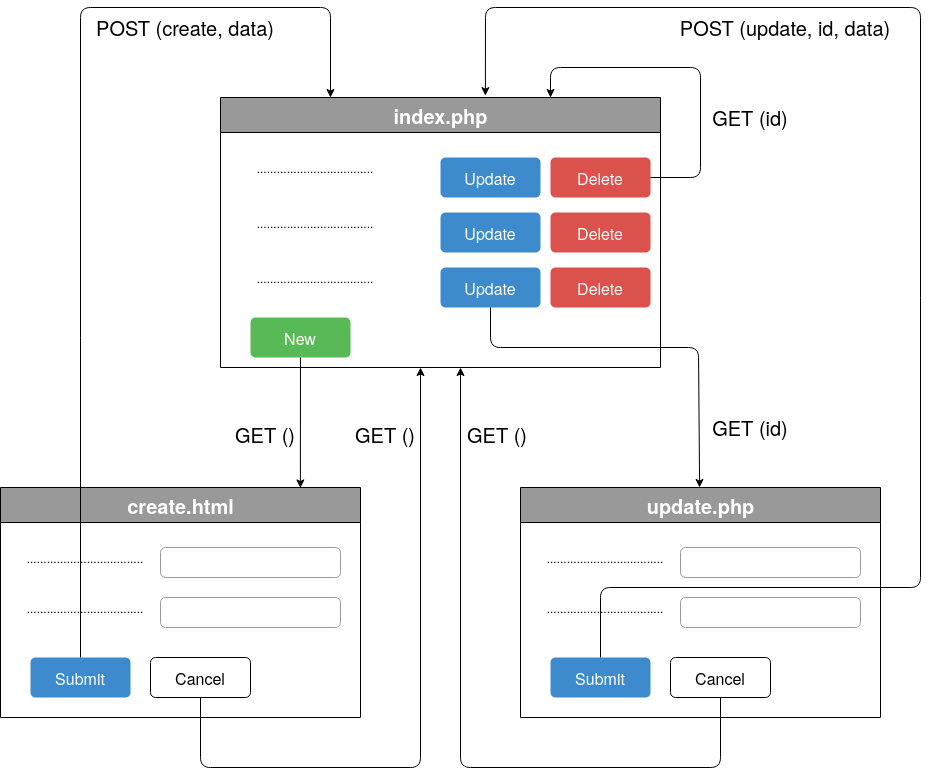
The draw.io diagram phpsimplecrud.png in meisterk/phpsimplecrud, before a commit. Source tidied: cells renumbered, new cells last; positions are measured from the earlier drawing's top-left corner, leaving out a move shared by most shapes. Source of this version:
```xml
<mxGraphModel background="#ffffff">
  <root>
    <mxCell id="0" style="html=1;" />
    <mxCell id="1" style="html=1;" parent="0" />
    <mxCell id="2" value="&lt;font style=&quot;font-size: 20px&quot; color=&quot;#FFFFFF&quot;&gt;index.php&lt;/font&gt;" style="swimlane;html=1;startSize=35;horizontal=1;containerType=tree;newEdgeStyle={&quot;edgeStyle&quot;:&quot;elbowEdgeStyle&quot;,&quot;startArrow&quot;:&quot;none&quot;,&quot;endArrow&quot;:&quot;none&quot;};fillColor=#999999;" parent="1" vertex="1">
      <mxGeometry x="220" y="90" width="440" height="270" as="geometry" />
    </mxCell>
    <mxCell id="3" value="New" style="html=1;shadow=0;dashed=0;shape=mxgraph.bootstrap.rrect;align=center;rSize=5;strokeColor=none;fillColor=#58B957;fontColor=#ffffff;fontSize=16;whiteSpace=wrap;rounded=0;" parent="2" vertex="1">
      <mxGeometry x="30" y="220" width="100" height="40" as="geometry" />
    </mxCell>
    <mxCell id="4" value="Update" style="html=1;shadow=0;dashed=0;shape=mxgraph.bootstrap.rrect;align=center;rSize=5;strokeColor=none;fillColor=#3D8BCD;fontColor=#ffffff;fontSize=16;whiteSpace=wrap;rounded=0;" parent="2" vertex="1">
      <mxGeometry x="220" y="60" width="100" height="40" as="geometry" />
    </mxCell>
    <mxCell id="5" value="Delete" style="html=1;shadow=0;dashed=0;shape=mxgraph.bootstrap.rrect;align=center;rSize=5;strokeColor=none;fillColor=#DB524C;fontColor=#ffffff;fontSize=16;whiteSpace=wrap;rounded=0;" parent="2" vertex="1">
      <mxGeometry x="330" y="60" width="100" height="40" as="geometry" />
    </mxCell>
    <mxCell id="6" value="Update" style="html=1;shadow=0;dashed=0;shape=mxgraph.bootstrap.rrect;align=center;rSize=5;strokeColor=none;fillColor=#3D8BCD;fontColor=#ffffff;fontSize=16;whiteSpace=wrap;rounded=0;" parent="2" vertex="1">
      <mxGeometry x="220" y="115" width="100" height="40" as="geometry" />
    </mxCell>
    <mxCell id="7" value="Delete" style="html=1;shadow=0;dashed=0;shape=mxgraph.bootstrap.rrect;align=center;rSize=5;strokeColor=none;fillColor=#DB524C;fontColor=#ffffff;fontSize=16;whiteSpace=wrap;rounded=0;" parent="2" vertex="1">
      <mxGeometry x="330" y="115" width="100" height="40" as="geometry" />
    </mxCell>
    <mxCell id="8" value="Update" style="html=1;shadow=0;dashed=0;shape=mxgraph.bootstrap.rrect;align=center;rSize=5;strokeColor=none;fillColor=#3D8BCD;fontColor=#ffffff;fontSize=16;whiteSpace=wrap;rounded=0;" parent="2" vertex="1">
      <mxGeometry x="220" y="170" width="100" height="40" as="geometry" />
    </mxCell>
    <mxCell id="9" value="Delete" style="html=1;shadow=0;dashed=0;shape=mxgraph.bootstrap.rrect;align=center;rSize=5;strokeColor=none;fillColor=#DB524C;fontColor=#ffffff;fontSize=16;whiteSpace=wrap;rounded=0;" parent="2" vertex="1">
      <mxGeometry x="330" y="170" width="100" height="40" as="geometry" />
    </mxCell>
    <mxCell id="10" value="&lt;div&gt;...................................&lt;/div&gt;" style="text;html=1;strokeColor=none;fillColor=none;align=center;verticalAlign=middle;whiteSpace=wrap;rounded=0;" parent="2" vertex="1">
      <mxGeometry x="30" y="60" width="130" height="20" as="geometry" />
    </mxCell>
    <mxCell id="11" value="&lt;div&gt;...................................&lt;/div&gt;" style="text;html=1;strokeColor=none;fillColor=none;align=center;verticalAlign=middle;whiteSpace=wrap;rounded=0;" parent="2" vertex="1">
      <mxGeometry x="30" y="115" width="130" height="20" as="geometry" />
    </mxCell>
    <mxCell id="12" value="&lt;div&gt;...................................&lt;/div&gt;" style="text;html=1;strokeColor=none;fillColor=none;align=center;verticalAlign=middle;whiteSpace=wrap;rounded=0;" parent="2" vertex="1">
      <mxGeometry x="30" y="170" width="130" height="20" as="geometry" />
    </mxCell>
    <mxCell id="13" style="endArrow=classic;html=1;fontColor=#000000;entryX=0.75;entryY=0;entryDx=0;entryDy=0;" parent="2" edge="1" source="5" target="2">
      <mxGeometry relative="1" as="geometry">
        <Array as="points">
          <mxPoint x="480" y="80" />
          <mxPoint x="480" y="-30" />
          <mxPoint x="330" y="-30" />
        </Array>
      </mxGeometry>
    </mxCell>
    <mxCell id="14" value="&lt;div&gt;&lt;font style=&quot;font-size: 20px&quot; color=&quot;#FFFFFF&quot;&gt;create.html&lt;/font&gt;&lt;/div&gt;" style="swimlane;html=1;startSize=35;horizontal=1;containerType=tree;newEdgeStyle={&quot;edgeStyle&quot;:&quot;elbowEdgeStyle&quot;,&quot;startArrow&quot;:&quot;none&quot;,&quot;endArrow&quot;:&quot;none&quot;};fillColor=#999999;" parent="1" vertex="1">
      <mxGeometry y="480" width="360" height="230" as="geometry" />
    </mxCell>
    <mxCell id="15" value="Submit" style="html=1;shadow=0;dashed=0;shape=mxgraph.bootstrap.rrect;align=center;rSize=5;strokeColor=none;fillColor=#3D8BCD;fontColor=#ffffff;fontSize=16;whiteSpace=wrap;rounded=0;" parent="14" vertex="1">
      <mxGeometry x="30" y="170" width="100" height="40" as="geometry" />
    </mxCell>
    <mxCell id="16" value="Cancel" style="html=1;shadow=0;dashed=0;shape=mxgraph.bootstrap.rrect;align=center;rSize=5;strokeColor=#000000;fillColor=#FFFFFF;fontColor=#000000;fontSize=16;whiteSpace=wrap;rounded=0;" parent="14" vertex="1">
      <mxGeometry x="150" y="170" width="100" height="40" as="geometry" />
    </mxCell>
    <mxCell id="17" style="html=1;shadow=0;dashed=0;shape=mxgraph.bootstrap.rrect;rSize=5;fillColor=none;strokeColor=#999999;align=left;spacing=15;fontSize=14;fontColor=#6C767D;" parent="14" vertex="1">
      <mxGeometry x="160" y="60" width="180" height="30" as="geometry">
        <mxPoint x="490" y="110" as="offset" />
      </mxGeometry>
    </mxCell>
    <mxCell id="18" value="&lt;div&gt;...................................&lt;/div&gt;" style="text;html=1;strokeColor=none;fillColor=none;align=center;verticalAlign=middle;whiteSpace=wrap;rounded=0;" parent="14" vertex="1">
      <mxGeometry x="20" y="60" width="130" height="20" as="geometry" />
    </mxCell>
    <mxCell id="19" value="&lt;div&gt;...................................&lt;/div&gt;" style="text;html=1;strokeColor=none;fillColor=none;align=center;verticalAlign=middle;whiteSpace=wrap;rounded=0;" parent="14" vertex="1">
      <mxGeometry x="20" y="110" width="130" height="20" as="geometry" />
    </mxCell>
    <mxCell id="20" style="html=1;shadow=0;dashed=0;shape=mxgraph.bootstrap.rrect;rSize=5;fillColor=none;strokeColor=#999999;align=left;spacing=15;fontSize=14;fontColor=#6C767D;" parent="14" vertex="1">
      <mxGeometry x="160" y="110" width="180" height="30" as="geometry">
        <mxPoint x="490" y="110" as="offset" />
      </mxGeometry>
    </mxCell>
    <mxCell id="21" value="&lt;div&gt;&lt;font style=&quot;font-size: 20px&quot; color=&quot;#FFFFFF&quot;&gt;update.php&lt;/font&gt;&lt;/div&gt;" style="swimlane;html=1;startSize=35;horizontal=1;containerType=tree;newEdgeStyle={&quot;edgeStyle&quot;:&quot;elbowEdgeStyle&quot;,&quot;startArrow&quot;:&quot;none&quot;,&quot;endArrow&quot;:&quot;none&quot;};fillColor=#999999;" parent="1" vertex="1">
      <mxGeometry x="520" y="480" width="360" height="230" as="geometry" />
    </mxCell>
    <mxCell id="22" value="Submit" style="html=1;shadow=0;dashed=0;shape=mxgraph.bootstrap.rrect;align=center;rSize=5;strokeColor=none;fillColor=#3D8BCD;fontColor=#ffffff;fontSize=16;whiteSpace=wrap;rounded=0;" parent="21" vertex="1">
      <mxGeometry x="30" y="170" width="100" height="40" as="geometry" />
    </mxCell>
    <mxCell id="23" value="Cancel" style="html=1;shadow=0;dashed=0;shape=mxgraph.bootstrap.rrect;align=center;rSize=5;strokeColor=#000000;fillColor=#FFFFFF;fontColor=#000000;fontSize=16;whiteSpace=wrap;rounded=0;" parent="21" vertex="1">
      <mxGeometry x="150" y="170" width="100" height="40" as="geometry" />
    </mxCell>
    <mxCell id="24" style="html=1;shadow=0;dashed=0;shape=mxgraph.bootstrap.rrect;rSize=5;fillColor=none;strokeColor=#999999;align=left;spacing=15;fontSize=14;fontColor=#6C767D;" parent="21" vertex="1">
      <mxGeometry x="160" y="60" width="180" height="30" as="geometry">
        <mxPoint x="490" y="110" as="offset" />
      </mxGeometry>
    </mxCell>
    <mxCell id="25" value="&lt;div&gt;...................................&lt;/div&gt;" style="text;html=1;strokeColor=none;fillColor=none;align=center;verticalAlign=middle;whiteSpace=wrap;rounded=0;" parent="21" vertex="1">
      <mxGeometry x="20" y="60" width="130" height="20" as="geometry" />
    </mxCell>
    <mxCell id="26" value="&lt;div&gt;...................................&lt;/div&gt;" style="text;html=1;strokeColor=none;fillColor=none;align=center;verticalAlign=middle;whiteSpace=wrap;rounded=0;" parent="21" vertex="1">
      <mxGeometry x="20" y="110" width="130" height="20" as="geometry" />
    </mxCell>
    <mxCell id="27" style="html=1;shadow=0;dashed=0;shape=mxgraph.bootstrap.rrect;rSize=5;fillColor=none;strokeColor=#999999;align=left;spacing=15;fontSize=14;fontColor=#6C767D;" parent="21" vertex="1">
      <mxGeometry x="160" y="110" width="180" height="30" as="geometry">
        <mxPoint x="490" y="110" as="offset" />
      </mxGeometry>
    </mxCell>
    <mxCell id="28" style="endArrow=classic;html=1;fontColor=#000000;entryX=0.833;entryY=0.002;entryDx=0;entryDy=0;entryPerimeter=0;" parent="1" edge="1" source="3" target="14">
      <mxGeometry relative="1" as="geometry" />
    </mxCell>
    <mxCell id="29" style="endArrow=classic;html=1;fontColor=#000000;entryX=0.25;entryY=0;entryDx=0;entryDy=0;" parent="1" edge="1" source="15" target="2">
      <mxGeometry relative="1" as="geometry">
        <Array as="points">
          <mxPoint x="80" />
          <mxPoint x="330" />
        </Array>
      </mxGeometry>
    </mxCell>
    <mxCell id="30" style="endArrow=classic;html=1;fontColor=#000000;" parent="1" edge="1" source="8" target="21">
      <mxGeometry relative="1" as="geometry">
        <Array as="points">
          <mxPoint x="490" y="340" />
          <mxPoint x="698" y="340" />
        </Array>
      </mxGeometry>
    </mxCell>
    <mxCell id="31" style="endArrow=classic;html=1;fontColor=#000000;" parent="1" edge="1" source="16">
      <mxGeometry relative="1" as="geometry">
        <mxPoint x="420" y="360" as="targetPoint" />
        <Array as="points">
          <mxPoint x="200" y="760" />
          <mxPoint x="420" y="760" />
        </Array>
      </mxGeometry>
    </mxCell>
    <mxCell id="32" style="endArrow=classic;html=1;fontColor=#000000;entryX=0.602;entryY=-0.007;entryDx=0;entryDy=0;entryPerimeter=0;" parent="1" edge="1" source="22" target="2">
      <mxGeometry relative="1" as="geometry">
        <Array as="points">
          <mxPoint x="600" y="580" />
          <mxPoint x="920" y="580" />
          <mxPoint x="920" />
          <mxPoint x="485" />
        </Array>
      </mxGeometry>
    </mxCell>
    <mxCell id="33" style="endArrow=classic;html=1;fontColor=#000000;" parent="1" edge="1" source="23">
      <mxGeometry relative="1" as="geometry">
        <mxPoint x="460" y="360" as="targetPoint" />
        <Array as="points">
          <mxPoint x="720" y="760" />
          <mxPoint x="460" y="760" />
        </Array>
      </mxGeometry>
    </mxCell>
    <mxCell id="34" value="GET ()" style="text;html=1;strokeColor=none;fillColor=none;align=center;verticalAlign=middle;whiteSpace=wrap;rounded=0;fontColor=#000000;fontSize=20;" parent="1" vertex="1">
      <mxGeometry x="350" y="417" width="70" height="20" as="geometry" />
    </mxCell>
    <mxCell id="35" value="POST (update, id, data)" style="text;html=1;strokeColor=none;fillColor=none;align=center;verticalAlign=middle;whiteSpace=wrap;rounded=0;fontColor=#000000;fontSize=20;" parent="1" vertex="1">
      <mxGeometry x="660" y="10" width="250" height="20" as="geometry" />
    </mxCell>
    <mxCell id="36" value="GET ()" style="text;html=1;strokeColor=none;fillColor=none;align=center;verticalAlign=middle;whiteSpace=wrap;rounded=0;fontColor=#000000;fontSize=20;" parent="1" vertex="1">
      <mxGeometry x="230" y="417" width="70" height="20" as="geometry" />
    </mxCell>
    <mxCell id="37" value="GET (id)" style="text;html=1;strokeColor=none;fillColor=none;align=center;verticalAlign=middle;whiteSpace=wrap;rounded=0;fontColor=#000000;fontSize=20;" parent="1" vertex="1">
      <mxGeometry x="690" y="410" width="120" height="20" as="geometry" />
    </mxCell>
    <mxCell id="38" value="GET ()" style="text;html=1;strokeColor=none;fillColor=none;align=center;verticalAlign=middle;whiteSpace=wrap;rounded=0;fontColor=#000000;fontSize=20;" parent="1" vertex="1">
      <mxGeometry x="462" y="417" width="70" height="20" as="geometry" />
    </mxCell>
    <mxCell id="39" value="POST (create, data)" style="text;html=1;strokeColor=none;fillColor=none;align=center;verticalAlign=middle;whiteSpace=wrap;rounded=0;fontColor=#000000;fontSize=20;" parent="1" vertex="1">
      <mxGeometry x="60" y="10" width="250" height="20" as="geometry" />
    </mxCell>
    <mxCell id="40" value="GET (id)" style="text;html=1;strokeColor=none;fillColor=none;align=center;verticalAlign=middle;whiteSpace=wrap;rounded=0;fontColor=#000000;fontSize=20;" parent="1" vertex="1">
      <mxGeometry x="690" y="100" width="120" height="20" as="geometry" />
    </mxCell>
  </root>
</mxGraphModel>
```
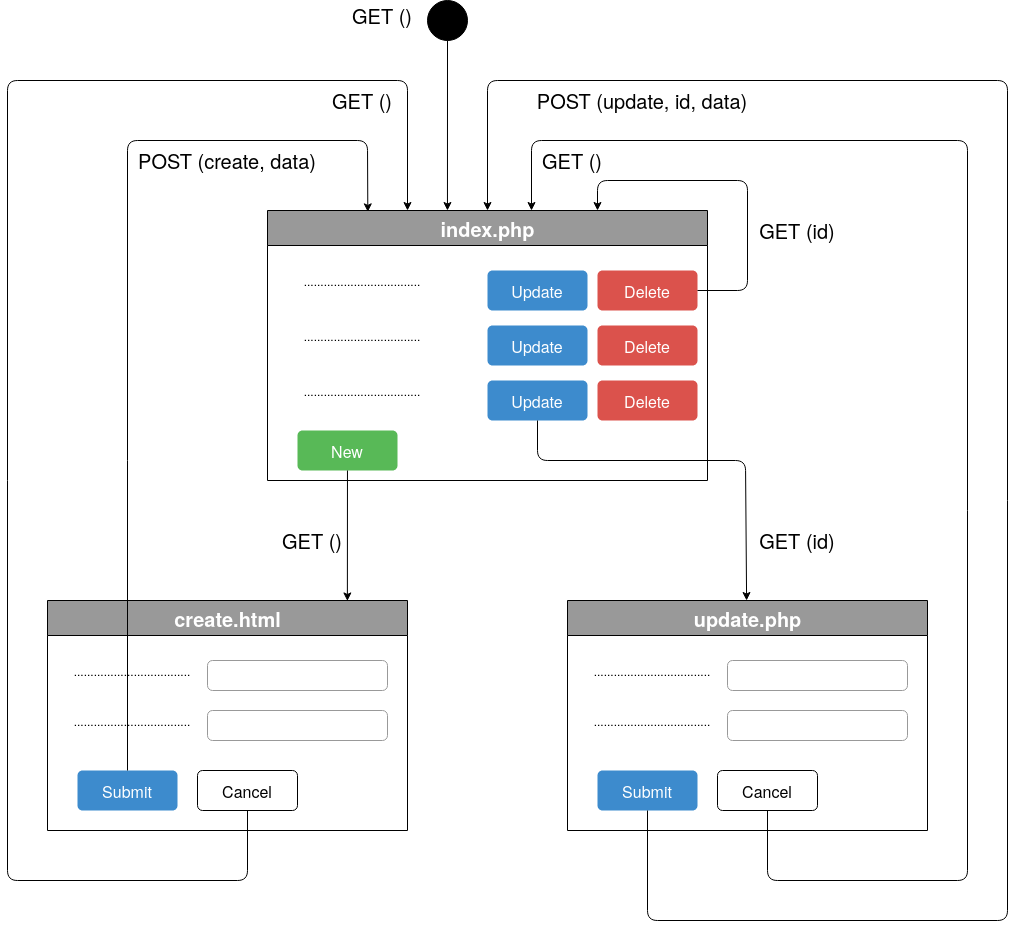
The same diagram one commit later.

The edit, as a diff of the source:
```diff
@@ -97,11 +97,11 @@
     <mxCell id="28" style="endArrow=classic;html=1;fontColor=#000000;entryX=0.833;entryY=0.002;entryDx=0;entryDy=0;entryPerimeter=0;" parent="1" edge="1" source="3" target="14">
       <mxGeometry relative="1" as="geometry" />
     </mxCell>
-    <mxCell id="29" style="endArrow=classic;html=1;fontColor=#000000;entryX=0.25;entryY=0;entryDx=0;entryDy=0;" parent="1" edge="1" source="15" target="2">
+    <mxCell id="29" style="endArrow=classic;html=1;fontColor=#000000;entryX=0.228;entryY=0.005;entryDx=0;entryDy=0;entryPerimeter=0;" parent="1" edge="1" source="15" target="2">
       <mxGeometry relative="1" as="geometry">
         <Array as="points">
-          <mxPoint x="80" />
-          <mxPoint x="330" />
+          <mxPoint x="80" y="20" />
+          <mxPoint x="320" y="20" />
         </Array>
       </mxGeometry>
     </mxCell>
@@ -115,52 +115,68 @@
     </mxCell>
     <mxCell id="31" style="endArrow=classic;html=1;fontColor=#000000;" parent="1" edge="1" source="16">
       <mxGeometry relative="1" as="geometry">
-        <mxPoint x="420" y="360" as="targetPoint" />
+        <mxPoint x="360" y="90" as="targetPoint" />
         <Array as="points">
           <mxPoint x="200" y="760" />
-          <mxPoint x="420" y="760" />
+          <mxPoint x="-40" y="760" />
+          <mxPoint x="-40" y="-40" />
+          <mxPoint x="360" y="-40" />
         </Array>
       </mxGeometry>
     </mxCell>
-    <mxCell id="32" style="endArrow=classic;html=1;fontColor=#000000;entryX=0.602;entryY=-0.007;entryDx=0;entryDy=0;entryPerimeter=0;" parent="1" edge="1" source="22" target="2">
+    <mxCell id="32" style="endArrow=classic;html=1;fontColor=#000000;" parent="1" edge="1" source="22">
       <mxGeometry relative="1" as="geometry">
+        <mxPoint x="440" y="90" as="targetPoint" />
         <Array as="points">
-          <mxPoint x="600" y="580" />
-          <mxPoint x="920" y="580" />
-          <mxPoint x="920" />
-          <mxPoint x="485" />
+          <mxPoint x="600" y="800" />
+          <mxPoint x="960" y="800" />
+          <mxPoint x="960" y="-40" />
+          <mxPoint x="440" y="-40" />
         </Array>
       </mxGeometry>
     </mxCell>
     <mxCell id="33" style="endArrow=classic;html=1;fontColor=#000000;" parent="1" edge="1" source="23">
       <mxGeometry relative="1" as="geometry">
-        <mxPoint x="460" y="360" as="targetPoint" />
+        <mxPoint x="484" y="90" as="targetPoint" />
         <Array as="points">
           <mxPoint x="720" y="760" />
-          <mxPoint x="460" y="760" />
+          <mxPoint x="920" y="760" />
+          <mxPoint x="920" y="20" />
+          <mxPoint x="484" y="20" />
         </Array>
       </mxGeometry>
     </mxCell>
     <mxCell id="34" value="GET ()" style="text;html=1;strokeColor=none;fillColor=none;align=center;verticalAlign=middle;whiteSpace=wrap;rounded=0;fontColor=#000000;fontSize=20;" parent="1" vertex="1">
-      <mxGeometry x="350" y="417" width="70" height="20" as="geometry" />
+      <mxGeometry x="280" y="-30" width="70" height="20" as="geometry" />
     </mxCell>
     <mxCell id="35" value="POST (update, id, data)" style="text;html=1;strokeColor=none;fillColor=none;align=center;verticalAlign=middle;whiteSpace=wrap;rounded=0;fontColor=#000000;fontSize=20;" parent="1" vertex="1">
-      <mxGeometry x="660" y="10" width="250" height="20" as="geometry" />
+      <mxGeometry x="470" y="-30" width="250" height="20" as="geometry" />
     </mxCell>
     <mxCell id="36" value="GET ()" style="text;html=1;strokeColor=none;fillColor=none;align=center;verticalAlign=middle;whiteSpace=wrap;rounded=0;fontColor=#000000;fontSize=20;" parent="1" vertex="1">
-      <mxGeometry x="230" y="417" width="70" height="20" as="geometry" />
+      <mxGeometry x="230" y="410" width="70" height="20" as="geometry" />
     </mxCell>
     <mxCell id="37" value="GET (id)" style="text;html=1;strokeColor=none;fillColor=none;align=center;verticalAlign=middle;whiteSpace=wrap;rounded=0;fontColor=#000000;fontSize=20;" parent="1" vertex="1">
       <mxGeometry x="690" y="410" width="120" height="20" as="geometry" />
     </mxCell>
     <mxCell id="38" value="GET ()" style="text;html=1;strokeColor=none;fillColor=none;align=center;verticalAlign=middle;whiteSpace=wrap;rounded=0;fontColor=#000000;fontSize=20;" parent="1" vertex="1">
-      <mxGeometry x="462" y="417" width="70" height="20" as="geometry" />
+      <mxGeometry x="490" y="30" width="70" height="20" as="geometry" />
     </mxCell>
     <mxCell id="39" value="POST (create, data)" style="text;html=1;strokeColor=none;fillColor=none;align=center;verticalAlign=middle;whiteSpace=wrap;rounded=0;fontColor=#000000;fontSize=20;" parent="1" vertex="1">
-      <mxGeometry x="60" y="10" width="250" height="20" as="geometry" />
+      <mxGeometry x="55" y="30" width="250" height="20" as="geometry" />
     </mxCell>
     <mxCell id="40" value="GET (id)" style="text;html=1;strokeColor=none;fillColor=none;align=center;verticalAlign=middle;whiteSpace=wrap;rounded=0;fontColor=#000000;fontSize=20;" parent="1" vertex="1">
       <mxGeometry x="690" y="100" width="120" height="20" as="geometry" />
     </mxCell>
+    <mxCell id="41" style="endArrow=classic;html=1;entryX=0.409;entryY=0;entryDx=0;entryDy=0;entryPerimeter=0;" parent="1" edge="1" target="2">
+      <mxGeometry relative="1" as="geometry">
+        <mxPoint x="400" y="-80" as="sourcePoint" />
+      </mxGeometry>
+    </mxCell>
+    <mxCell id="42" value="GET ()" style="text;html=1;strokeColor=none;fillColor=none;align=center;verticalAlign=middle;whiteSpace=wrap;rounded=0;fontColor=#000000;fontSize=20;" parent="1" vertex="1">
+      <mxGeometry x="300" y="-120" width="70" height="30" as="geometry" />
+    </mxCell>
+    <mxCell id="43" style="ellipse;whiteSpace=wrap;html=1;fillColor=#000000;" parent="1" vertex="1">
+      <mxGeometry x="380" y="-120" width="40" height="40" as="geometry" />
+    </mxCell>
   </root>
 </mxGraphModel>
```
